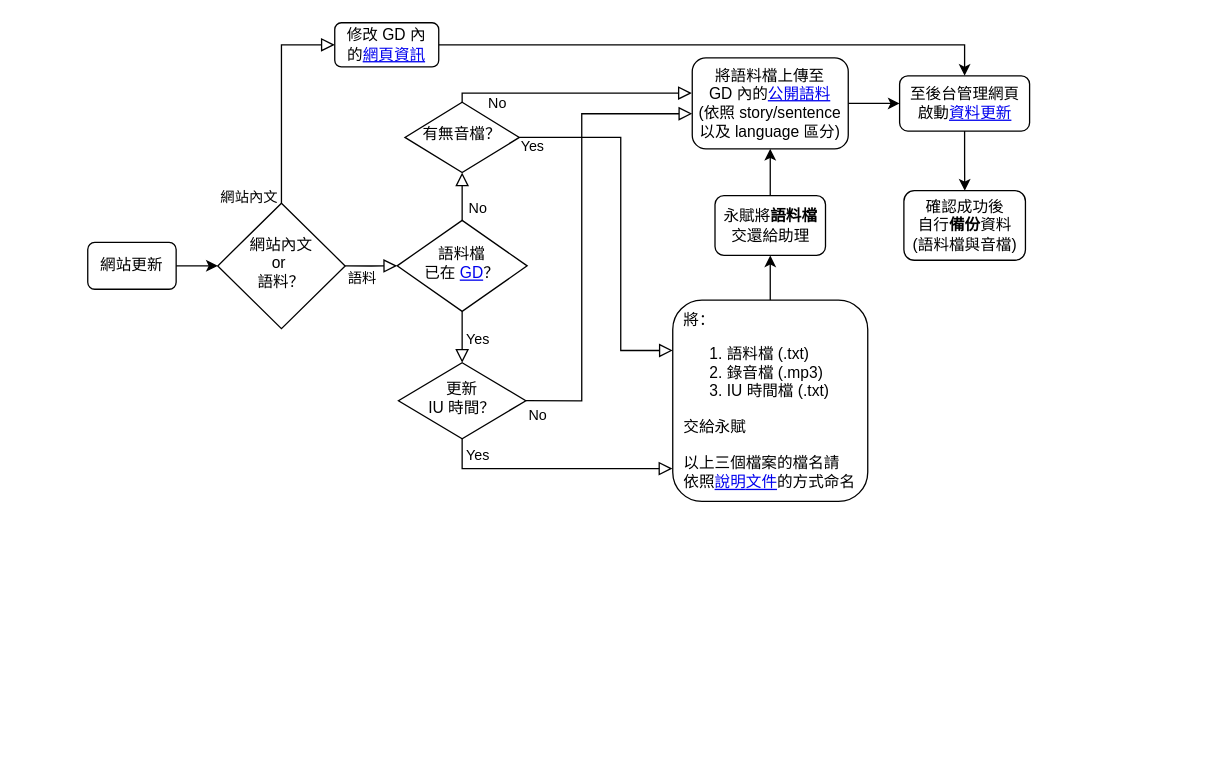
This is data_update_flow.drawio from liao961120/cdocs, a draw.io file, before an edit. Source tidied: cells renumbered, new cells numbered last; positions are measured from the earlier drawing's top-left corner, leaving out a move shared by most shapes. Both pictures are drawn from the tidied source at 130%, with x=0, y=0 at pixel (87, 22).
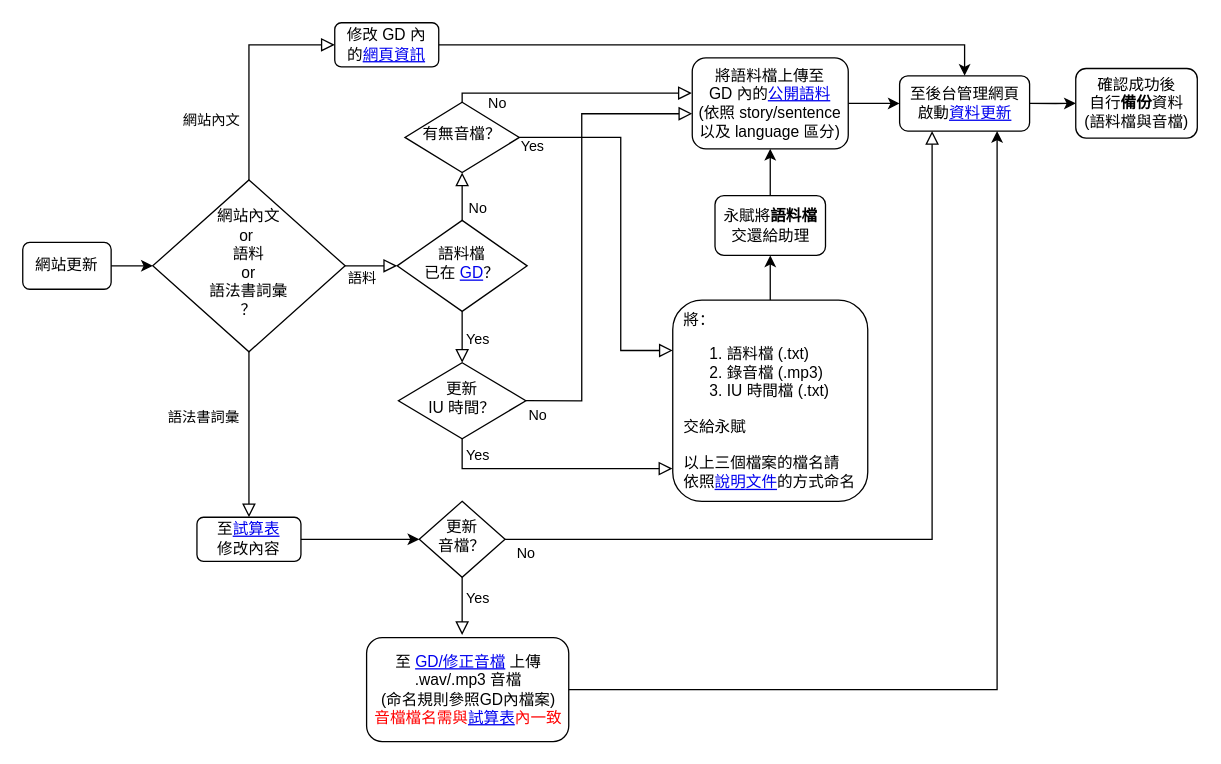
The same page after the edit.

The change refers to these unchanged cells:
```xml
<mxCell id="18" value="至後台管理網頁&lt;br&gt;啟動&lt;a href=&quot;https://cdocs.netlify.app&quot;&gt;資料更新&lt;/a&gt;" style="rounded=1;whiteSpace=wrap;html=1;fontSize=12;glass=0;strokeWidth=1;shadow=0;" parent="1" vertex="1">
  <mxGeometry x="624.5" y="40.8" width="100" height="42.5" as="geometry" />
</mxCell>
<mxCell id="25" value="修改 GD 內&lt;br&gt;的&lt;a href=&quot;https://drive.google.com/drive/folders/1wRviM4yVvQySP2JG5r5a2aBBw4z8uj6q&quot;&gt;網頁資訊&lt;/a&gt;" style="rounded=1;whiteSpace=wrap;html=1;fontSize=12;glass=0;strokeWidth=1;shadow=0;" parent="1" vertex="1">
  <mxGeometry x="190" width="80" height="34" as="geometry" />
</mxCell>
```

Diff of the diagram source:
```diff
@@
     <mxCell id="2" value="網站更新" style="rounded=1;whiteSpace=wrap;html=1;fontSize=12;glass=0;strokeWidth=1;shadow=0;" parent="1" vertex="1">
-      <mxGeometry y="169" width="68" height="36" as="geometry" />
+      <mxGeometry x="-50" y="169" width="68" height="36" as="geometry" />
     </mxCell>
@@
-    <mxCell id="17" style="edgeStyle=orthogonalEdgeStyle;rounded=0;jettySize=auto;html=1;exitX=0.5;exitY=1;exitDx=0;exitDy=0;" parent="1" edge="1" source="18" target="19">
+    <mxCell id="17" style="edgeStyle=orthogonalEdgeStyle;rounded=0;jettySize=auto;html=1;exitX=1;exitY=0.5;exitDx=0;exitDy=0;" parent="1" edge="1" source="18" target="19">
       <mxGeometry relative="1" as="geometry" />
     </mxCell>
@@
     <mxCell id="19" value="確認成功後&lt;br&gt;自行&lt;b&gt;備份&lt;/b&gt;資料&lt;br&gt;(語料檔與音檔)" style="rounded=1;whiteSpace=wrap;html=1;fontSize=12;glass=0;strokeWidth=1;shadow=0;" parent="1" vertex="1">
-      <mxGeometry x="627.8" y="129.2" width="93.5" height="53.5" as="geometry" />
+      <mxGeometry x="760" y="35.2" width="93.5" height="53.5" as="geometry" />
     </mxCell>
+    <mxCell id="27" style="edgeStyle=orthogonalEdgeStyle;rounded=0;jettySize=auto;exitX=0.5;exitY=1;exitDx=0;exitDy=0;entryX=0.5;entryY=0;entryDx=0;entryDy=0;endArrow=block;endFill=0;strokeWidth=1;endSize=8;html=1;" parent="1" edge="1" source="20" target="30">
+      <mxGeometry relative="1" as="geometry" />
+    </mxCell>
-    <mxCell id="20" value="網站內文&lt;br&gt;or&amp;nbsp;&lt;br&gt;語料？" style="rhombus;whiteSpace=wrap;html=1;shadow=0;fontFamily=Helvetica;fontSize=12;align=center;strokeWidth=1;spacing=6;spacingTop=-4;" parent="1" vertex="1">
-      <mxGeometry x="100" y="138.8" width="98" height="96.5" as="geometry" />
+    <mxCell id="20" value="網站內文&lt;br&gt;or&amp;nbsp;&lt;br&gt;語料&lt;br&gt;or&lt;br&gt;語法書詞彙&lt;br&gt;？" style="rhombus;whiteSpace=wrap;html=1;shadow=0;fontFamily=Helvetica;fontSize=12;align=center;strokeWidth=1;spacing=6;spacingTop=-4;" parent="1" vertex="1">
+      <mxGeometry x="50" y="120.9" width="148" height="132.2" as="geometry" />
     </mxCell>
@@
     <mxCell id="22" value="網站內文" style="edgeStyle=orthogonalEdgeStyle;rounded=0;html=1;jettySize=auto;fontSize=11;endArrow=block;endFill=0;endSize=8;strokeWidth=1;shadow=0;labelBackgroundColor=none;exitX=0.5;exitY=0;exitDx=0;exitDy=0;entryX=0;entryY=0.5;entryDx=0;entryDy=0;" parent="1" edge="1" source="20" target="25">
-      <mxGeometry x="-0.94" y="25" relative="1" as="geometry">
+      <mxGeometry x="-0.46" y="29" relative="1" as="geometry">
         <Array as="points">
-          <mxPoint x="149" y="17" />
+          <mxPoint x="124" y="17" />
         </Array>
       </mxGeometry>
     </mxCell>
@@
+    <mxCell id="28" value="&lt;div style=&quot;text-align: center&quot;&gt;&lt;span style=&quot;font-size: 11px&quot;&gt;&lt;font face=&quot;helvetica&quot;&gt;語法書詞彙&lt;/font&gt;&lt;/span&gt;&lt;/div&gt;" style="text;whiteSpace=wrap;html=1;" parent="1" vertex="1">
+      <mxGeometry x="60" y="290" width="60" height="30" as="geometry" />
+    </mxCell>
+    <mxCell id="29" value="更新&lt;br&gt;音檔？" style="rhombus;whiteSpace=wrap;html=1;shadow=0;fontFamily=Helvetica;fontSize=12;align=center;strokeWidth=1;spacing=6;spacingTop=-4;" parent="1" vertex="1">
+      <mxGeometry x="255" y="368.1" width="66" height="58.5" as="geometry" />
+    </mxCell>
+    <mxCell id="30" value="至&lt;a href=&quot;https://docs.google.com/spreadsheets/d/1e9SWmw0huaCxw80lVLAGJd9DuFs1YClny1eMO2fP7fk&quot;&gt;試算表&lt;/a&gt;&lt;br&gt;修改內容" style="rounded=1;whiteSpace=wrap;html=1;fontSize=12;glass=0;strokeWidth=1;shadow=0;" parent="1" vertex="1">
+      <mxGeometry x="84" y="380.4" width="80" height="34" as="geometry" />
+    </mxCell>
+    <mxCell id="31" value="至 &lt;a href=&quot;https://drive.google.com/drive/u/0/folders/15d-UfxcWZc1lwhQiUrgGAK3qaJ5uJgXL&quot;&gt;GD/修正音檔&lt;/a&gt;&amp;nbsp;上傳 .wav/.mp3 音檔&lt;br&gt;(命名規則參照GD內檔案)&lt;br&gt;&lt;font color=&quot;#ff0000&quot;&gt;音檔檔名需與&lt;a href=&quot;https://docs.google.com/spreadsheets/d/1e9SWmw0huaCxw80lVLAGJd9DuFs1YClny1eMO2fP7fk&quot;&gt;試算表&lt;/a&gt;內一致&lt;/font&gt;" style="rounded=1;whiteSpace=wrap;html=1;fontSize=12;glass=0;strokeWidth=1;shadow=0;align=center;" parent="1" vertex="1">
+      <mxGeometry x="214.5" y="473" width="155.5" height="80" as="geometry" />
+    </mxCell>
+    <mxCell id="32" value="Yes" style="rounded=0;html=1;jettySize=auto;fontSize=11;endArrow=block;endFill=0;endSize=8;strokeWidth=1;shadow=0;labelBackgroundColor=none;edgeStyle=orthogonalEdgeStyle;exitX=0.5;exitY=1;exitDx=0;exitDy=0;" parent="1" edge="1" source="29">
+      <mxGeometry x="-0.26" y="12" relative="1" as="geometry">
+        <mxPoint x="288" y="471" as="targetPoint" />
+        <Array as="points">
+          <mxPoint x="288" y="443" />
+          <mxPoint x="288" y="443" />
+        </Array>
+      </mxGeometry>
+    </mxCell>
+    <mxCell id="33" style="edgeStyle=orthogonalEdgeStyle;rounded=0;jettySize=auto;html=1;exitX=1;exitY=0.5;exitDx=0;exitDy=0;entryX=0.75;entryY=1;entryDx=0;entryDy=0;" parent="1" edge="1" source="31" target="18">
+      <mxGeometry relative="1" as="geometry" />
+    </mxCell>
+    <mxCell id="34" style="edgeStyle=orthogonalEdgeStyle;rounded=0;jettySize=auto;html=1;exitX=1;exitY=0.5;exitDx=0;exitDy=0;entryX=0;entryY=0.5;entryDx=0;entryDy=0;" parent="1" edge="1" source="30" target="29">
+      <mxGeometry relative="1" as="geometry" />
+    </mxCell>
+    <mxCell id="35" value="No" style="rounded=0;html=1;jettySize=auto;fontSize=11;endArrow=block;endFill=0;endSize=8;strokeWidth=1;shadow=0;labelBackgroundColor=none;edgeStyle=orthogonalEdgeStyle;exitX=1;exitY=0.5;exitDx=0;exitDy=0;entryX=0.25;entryY=1;entryDx=0;entryDy=0;" parent="1" edge="1" source="29" target="18">
+      <mxGeometry x="-0.95" y="-10" relative="1" as="geometry">
+        <Array as="points">
+          <mxPoint x="650" y="397" />
+        </Array>
+        <mxPoint y="1" as="offset" />
+      </mxGeometry>
+    </mxCell>
```
